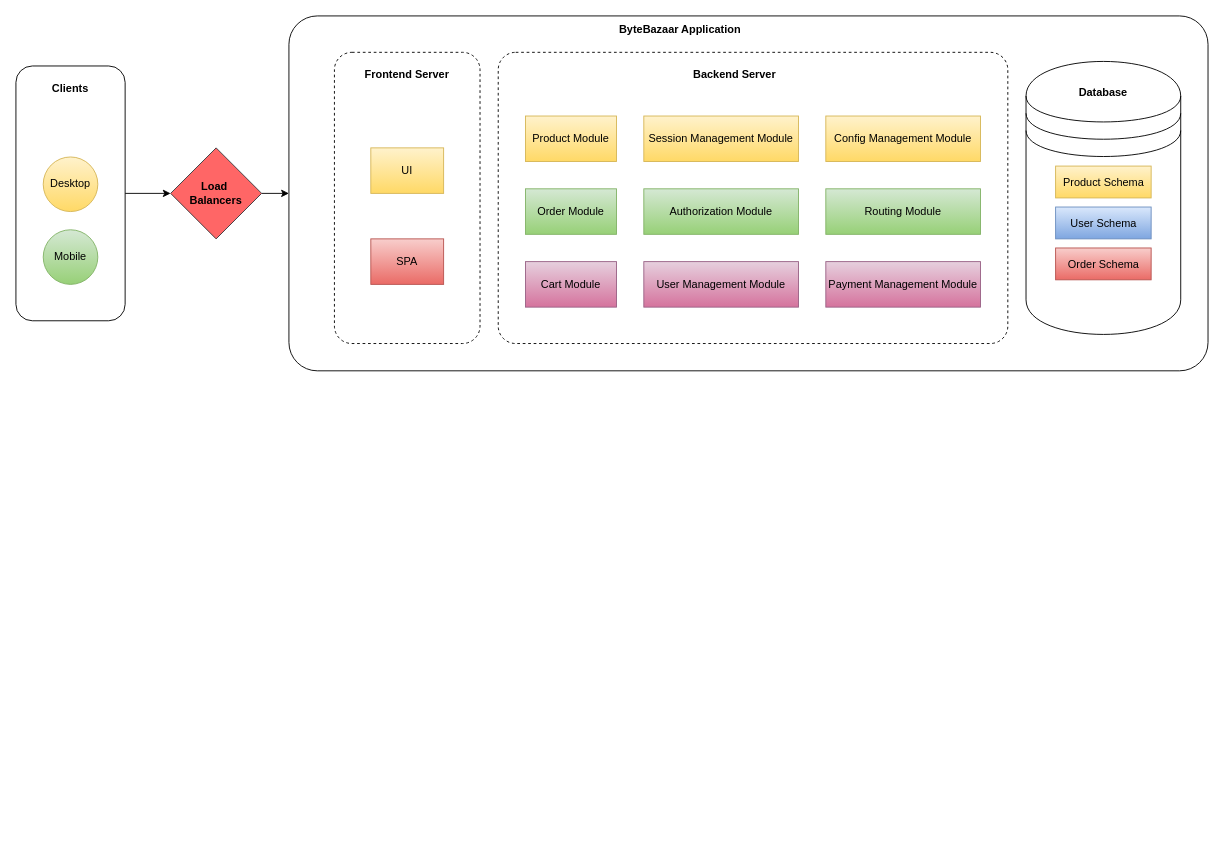
This is design models.drawio from MuhammadHaris00/Diagrams, a draw.io file, before an edit. Source tidied: cells renumbered, new cells numbered last; positions are measured from the earlier drawing's top-left corner, leaving out a move shared by most shapes. Both pictures are drawn from the tidied source at 91%, with x=0, y=0 at pixel (15, 15).
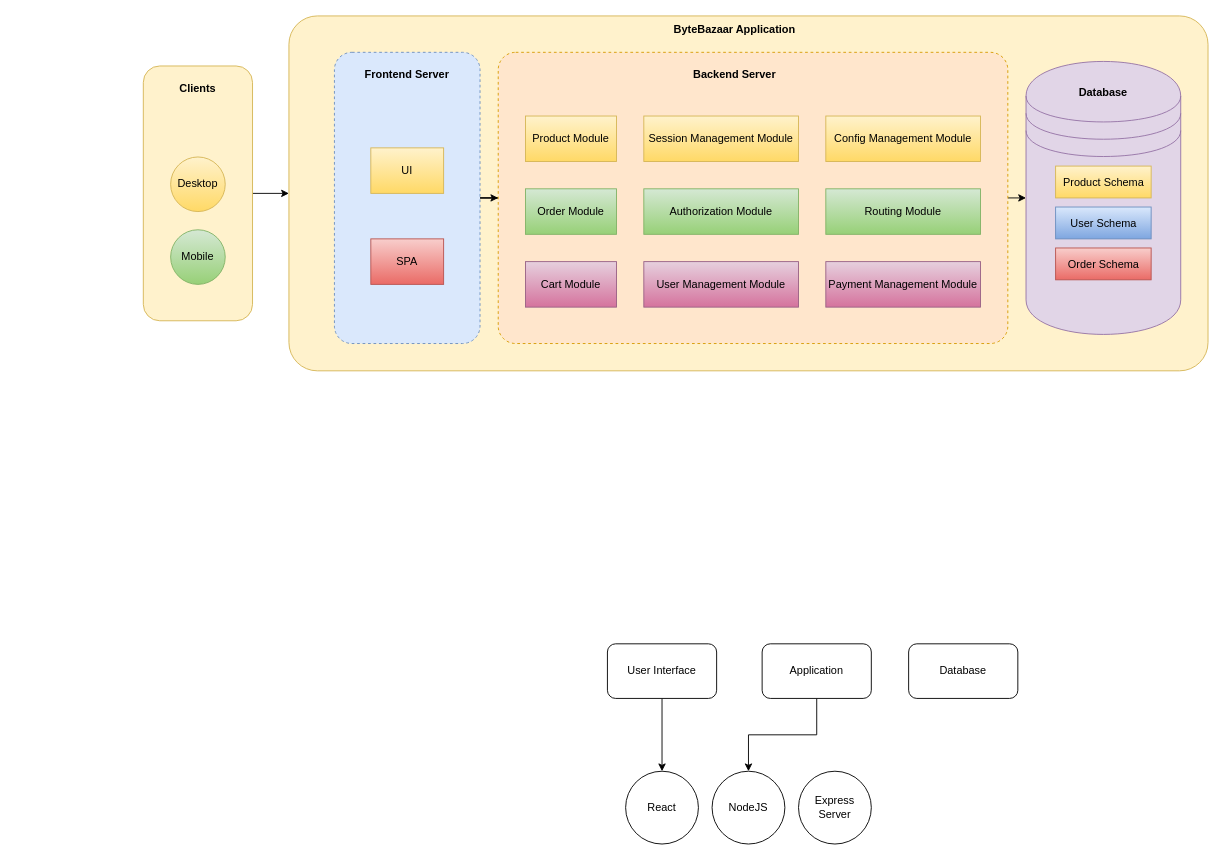
After the change.

Change to the diagram source:
```diff
@@
-    <mxCell id="2" style="rounded=1;whiteSpace=wrap;html=1;arcSize=8;" parent="1" vertex="1">
+    <mxCell id="2" style="rounded=1;whiteSpace=wrap;html=1;arcSize=8;fillColor=#fff2cc;strokeColor=#d6b656;" parent="1" vertex="1">
       <mxGeometry x="300" width="1010" height="390" as="geometry" />
     </mxCell>
-    <mxCell id="3" style="shape=datastore;whiteSpace=wrap;html=1;" parent="1" vertex="1">
+    <mxCell id="3" style="shape=datastore;whiteSpace=wrap;html=1;fillColor=#e1d5e7;strokeColor=#9673a6;" parent="1" vertex="1">
       <mxGeometry x="1110" y="50" width="170" height="300" as="geometry" />
     </mxCell>
-    <mxCell id="4" style="edgeStyle=orthogonalEdgeStyle;rounded=0;jettySize=auto;html=1;entryX=0;entryY=0.5;entryDx=0;entryDy=0;" parent="1" edge="1" source="5" target="10">
+    <mxCell id="4" style="edgeStyle=orthogonalEdgeStyle;rounded=0;jettySize=auto;html=1;entryX=0;entryY=0.5;entryDx=0;entryDy=0;" parent="1" edge="1" source="5" target="2">
       <mxGeometry relative="1" as="geometry" />
     </mxCell>
-    <mxCell id="5" style="rounded=1;whiteSpace=wrap;html=1;align=center;gradientColor=none;" parent="1" vertex="1">
-      <mxGeometry y="55" width="120" height="280" as="geometry" />
+    <mxCell id="5" style="rounded=1;whiteSpace=wrap;html=1;align=center;fillColor=#fff2cc;strokeColor=#d6b656;" parent="1" vertex="1">
+      <mxGeometry x="140" y="55" width="120" height="280" as="geometry" />
     </mxCell>
     <mxCell id="6" value="Desktop" style="ellipse;whiteSpace=wrap;html=1;fillColor=#fff2cc;gradientColor=#ffd966;strokeColor=#d6b656;" parent="1" vertex="1">
-      <mxGeometry x="30" y="155" width="60" height="60" as="geometry" />
+      <mxGeometry x="170" y="155" width="60" height="60" as="geometry" />
     </mxCell>
     <mxCell id="7" value="Mobile" style="ellipse;whiteSpace=wrap;html=1;fillColor=#d5e8d4;gradientColor=#97d077;strokeColor=#82b366;" parent="1" vertex="1">
-      <mxGeometry x="30" y="235" width="60" height="60" as="geometry" />
+      <mxGeometry x="170" y="235" width="60" height="60" as="geometry" />
     </mxCell>
     <mxCell id="8" value="&lt;b&gt;Clients&lt;/b&gt;" style="text;html=1;align=center;verticalAlign=middle;whiteSpace=wrap;rounded=0;" parent="1" vertex="1">
-      <mxGeometry x="30" y="65" width="60" height="30" as="geometry" />
+      <mxGeometry x="170" y="65" width="60" height="30" as="geometry" />
     </mxCell>
-    <mxCell id="9" style="edgeStyle=orthogonalEdgeStyle;rounded=0;jettySize=auto;html=1;exitX=1;exitY=0.5;exitDx=0;exitDy=0;entryX=0;entryY=0.5;entryDx=0;entryDy=0;" parent="1" edge="1" source="10" target="2">
-      <mxGeometry relative="1" as="geometry" />
-    </mxCell>
-    <mxCell id="10" value="&lt;b&gt;Load&amp;nbsp;&lt;/b&gt;&lt;div&gt;&lt;b&gt;Balancers&lt;/b&gt;&lt;/div&gt;" style="rhombus;whiteSpace=wrap;html=1;fillColor=#FF6666;strokeColor=#36393d;" parent="1" vertex="1">
-      <mxGeometry x="170" y="145" width="100" height="100" as="geometry" />
-    </mxCell>
     <mxCell id="11" value="&lt;b&gt;ByteBazaar Application&lt;/b&gt;" style="text;html=1;align=center;verticalAlign=middle;whiteSpace=wrap;rounded=0;" parent="1" vertex="1">
-      <mxGeometry x="650" width="160" height="30" as="geometry" />
+      <mxGeometry x="710" width="160" height="30" as="geometry" />
     </mxCell>
+    <mxCell id="31" style="edgeStyle=orthogonalEdgeStyle;rounded=0;jettySize=auto;html=1;exitX=1;exitY=0.5;exitDx=0;exitDy=0;" parent="1" edge="1" source="12" target="16">
+      <mxGeometry relative="1" as="geometry" />
+    </mxCell>
-    <mxCell id="12" style="rounded=1;whiteSpace=wrap;html=1;dashed=1;arcSize=12;" parent="1" vertex="1">
+    <mxCell id="12" style="rounded=1;whiteSpace=wrap;html=1;dashed=1;arcSize=12;fillColor=#dae8fc;strokeColor=#6c8ebf;" parent="1" vertex="1">
       <mxGeometry x="350" y="40" width="160" height="320" as="geometry" />
     </mxCell>
@@
+    <mxCell id="32" style="edgeStyle=orthogonalEdgeStyle;rounded=0;jettySize=auto;html=1;exitX=1;exitY=0.5;exitDx=0;exitDy=0;entryX=0;entryY=0.5;entryDx=0;entryDy=0;" parent="1" edge="1" source="16" target="3">
+      <mxGeometry relative="1" as="geometry" />
+    </mxCell>
-    <mxCell id="16" style="rounded=1;whiteSpace=wrap;html=1;dashed=1;arcSize=6;" parent="1" vertex="1">
+    <mxCell id="16" style="rounded=1;whiteSpace=wrap;html=1;dashed=1;arcSize=6;fillColor=#ffe6cc;strokeColor=#d79b00;" parent="1" vertex="1">
       <mxGeometry x="530" y="40" width="560" height="320" as="geometry" />
     </mxCell>
@@
+    <mxCell id="33" style="edgeStyle=orthogonalEdgeStyle;rounded=0;jettySize=auto;html=1;" parent="1" edge="1" source="34" target="38">
+      <mxGeometry relative="1" as="geometry" />
+    </mxCell>
+    <mxCell id="34" value="User Interface" style="rounded=1;whiteSpace=wrap;html=1;" parent="1" vertex="1">
+      <mxGeometry x="650" y="690" width="120" height="60" as="geometry" />
+    </mxCell>
+    <mxCell id="35" style="edgeStyle=orthogonalEdgeStyle;rounded=0;jettySize=auto;html=1;" parent="1" edge="1" source="36" target="39">
+      <mxGeometry relative="1" as="geometry" />
+    </mxCell>
+    <mxCell id="36" value="Application" style="rounded=1;whiteSpace=wrap;html=1;" parent="1" vertex="1">
+      <mxGeometry x="820" y="690" width="120" height="60" as="geometry" />
+    </mxCell>
+    <mxCell id="37" value="Database" style="rounded=1;whiteSpace=wrap;html=1;" parent="1" vertex="1">
+      <mxGeometry x="981" y="690" width="120" height="60" as="geometry" />
+    </mxCell>
+    <mxCell id="38" value="React" style="ellipse;whiteSpace=wrap;html=1;rounded=1;" parent="1" vertex="1">
+      <mxGeometry x="670" y="830" width="80" height="80" as="geometry" />
+    </mxCell>
+    <mxCell id="39" value="NodeJS" style="ellipse;whiteSpace=wrap;html=1;rounded=1;" parent="1" vertex="1">
+      <mxGeometry x="765" y="830" width="80" height="80" as="geometry" />
+    </mxCell>
+    <mxCell id="40" value="Express Server" style="ellipse;whiteSpace=wrap;html=1;rounded=1;" parent="1" vertex="1">
+      <mxGeometry x="860" y="830" width="80" height="80" as="geometry" />
+    </mxCell>
```
